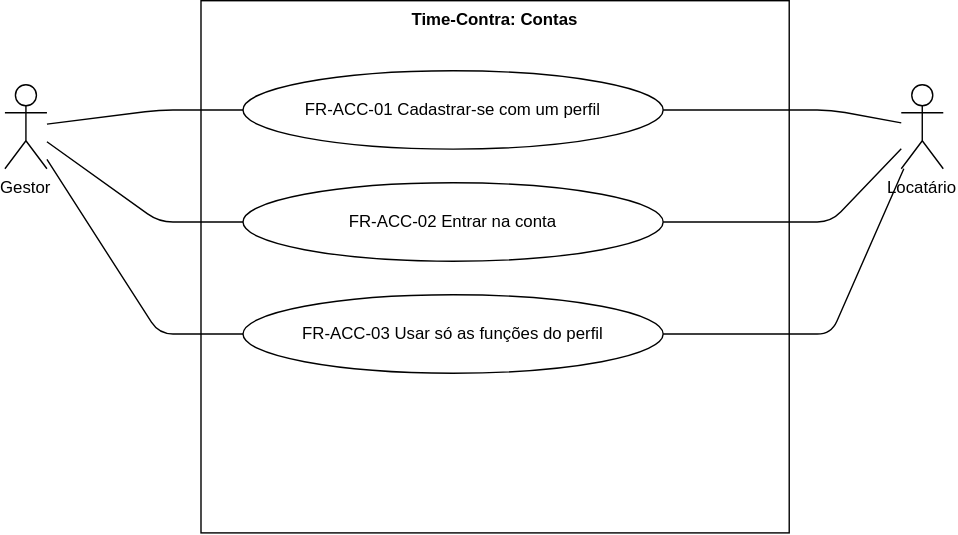
Before: docs/requirements/diagrams/use-cases-accounts.drawio.svg, a diagram exported from draw.io (CaioLanu/Time-Contra). Source tidied: cells renumbered, new cells last; positions are measured from the earlier drawing's top-left corner, leaving out a move shared by most shapes. The source it was exported from:
```xml
<mxGraphModel background="#ffffff">
  <root>
    <mxCell id="0" />
    <mxCell id="1" parent="0" />
    <mxCell id="2" value="Time-Contra: Contas" style="html=0;whiteSpace=wrap;fontSize=12;rounded=0;fillColor=none;verticalAlign=top;fontStyle=1;" parent="1" vertex="1">
      <mxGeometry x="140" width="420" height="380" as="geometry" />
    </mxCell>
    <mxCell id="3" value="FR-ACC-01 Cadastrar-se com um perfil" style="html=0;whiteSpace=wrap;fontSize=12;ellipse;" parent="1" vertex="1">
      <mxGeometry x="170" y="50" width="300" height="56" as="geometry" />
    </mxCell>
    <mxCell id="4" value="FR-ACC-02 Entrar na conta" style="html=0;whiteSpace=wrap;fontSize=12;ellipse;" parent="1" vertex="1">
      <mxGeometry x="170" y="130" width="300" height="56" as="geometry" />
    </mxCell>
    <mxCell id="5" value="FR-ACC-03 Usar só as funções do perfil" style="html=0;whiteSpace=wrap;fontSize=12;ellipse;" parent="1" vertex="1">
      <mxGeometry x="170" y="210" width="300" height="56" as="geometry" />
    </mxCell>
    <mxCell id="6" value="Gestor" style="html=0;whiteSpace=wrap;fontSize=12;shape=umlActor;verticalLabelPosition=bottom;verticalAlign=top;" parent="1" vertex="1">
      <mxGeometry y="60" width="30" height="60" as="geometry" />
    </mxCell>
    <mxCell id="7" style="html=0;fontSize=12;endArrow=open;labelBackgroundColor=#ffffff;endArrow=none;entryX=0;entryY=0.5;" parent="1" edge="1" source="6" target="3">
      <mxGeometry relative="1" as="geometry">
        <Array as="points">
          <mxPoint x="110" y="78" />
        </Array>
      </mxGeometry>
    </mxCell>
    <mxCell id="8" style="html=0;fontSize=12;endArrow=open;labelBackgroundColor=#ffffff;endArrow=none;entryX=0;entryY=0.5;" parent="1" edge="1" source="6" target="4">
      <mxGeometry relative="1" as="geometry">
        <Array as="points">
          <mxPoint x="110" y="158" />
        </Array>
      </mxGeometry>
    </mxCell>
    <mxCell id="9" style="html=0;fontSize=12;endArrow=open;labelBackgroundColor=#ffffff;endArrow=none;entryX=0;entryY=0.5;" parent="1" edge="1" source="6" target="5">
      <mxGeometry relative="1" as="geometry">
        <Array as="points">
          <mxPoint x="110" y="238" />
        </Array>
      </mxGeometry>
    </mxCell>
    <mxCell id="10" value="Locatário" style="html=0;whiteSpace=wrap;fontSize=12;shape=umlActor;verticalLabelPosition=bottom;verticalAlign=top;" parent="1" vertex="1">
      <mxGeometry x="640" y="60" width="30" height="60" as="geometry" />
    </mxCell>
    <mxCell id="11" style="html=0;fontSize=12;endArrow=open;labelBackgroundColor=#ffffff;endArrow=none;entryX=1;entryY=0.5;" parent="1" edge="1" source="10" target="3">
      <mxGeometry relative="1" as="geometry">
        <Array as="points">
          <mxPoint x="590" y="78" />
        </Array>
      </mxGeometry>
    </mxCell>
    <mxCell id="12" style="html=0;fontSize=12;endArrow=open;labelBackgroundColor=#ffffff;endArrow=none;entryX=1;entryY=0.5;" parent="1" edge="1" source="10" target="4">
      <mxGeometry relative="1" as="geometry">
        <Array as="points">
          <mxPoint x="590" y="158" />
        </Array>
      </mxGeometry>
    </mxCell>
    <mxCell id="13" style="html=0;fontSize=12;endArrow=open;labelBackgroundColor=#ffffff;endArrow=none;entryX=1;entryY=0.5;" parent="1" edge="1" source="10" target="5">
      <mxGeometry relative="1" as="geometry">
        <Array as="points">
          <mxPoint x="590" y="238" />
        </Array>
      </mxGeometry>
    </mxCell>
  </root>
</mxGraphModel>
```
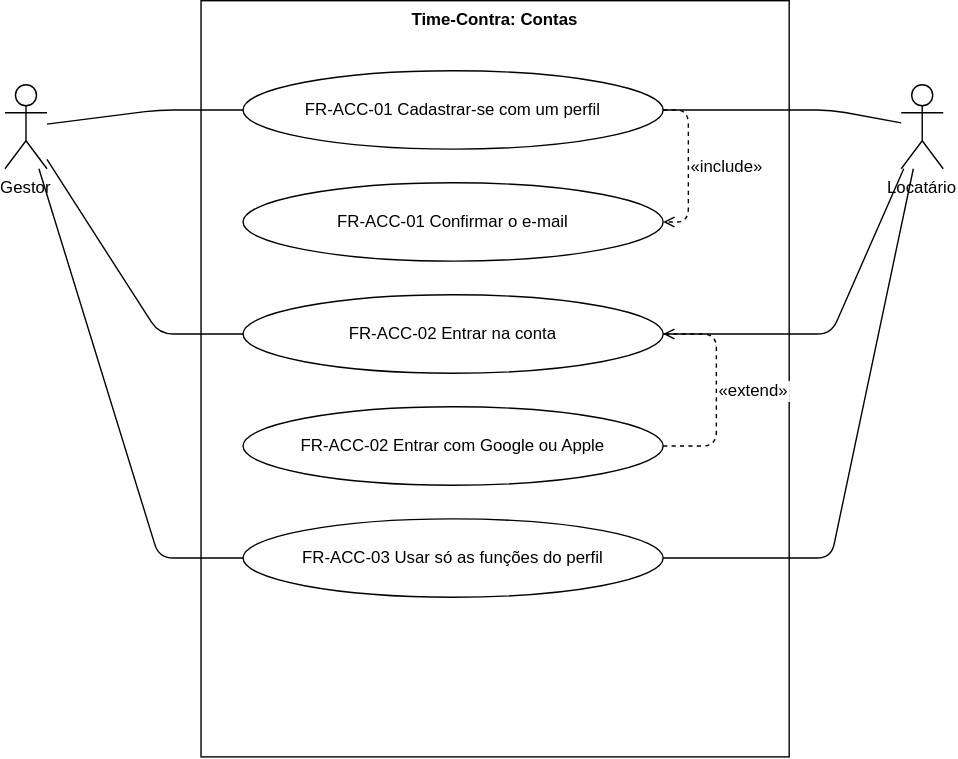
The same file after the commit.

Commit message:
docs: map accounts spec into architecture, data model and diagrams

The edit, as a diff of the source:
```diff
@@ -3,64 +3,86 @@
     <mxCell id="0" />
     <mxCell id="1" parent="0" />
     <mxCell id="2" value="Time-Contra: Contas" style="html=0;whiteSpace=wrap;fontSize=12;rounded=0;fillColor=none;verticalAlign=top;fontStyle=1;" parent="1" vertex="1">
-      <mxGeometry x="140" width="420" height="380" as="geometry" />
+      <mxGeometry x="140" width="420" height="540" as="geometry" />
     </mxCell>
     <mxCell id="3" value="FR-ACC-01 Cadastrar-se com um perfil" style="html=0;whiteSpace=wrap;fontSize=12;ellipse;" parent="1" vertex="1">
       <mxGeometry x="170" y="50" width="300" height="56" as="geometry" />
     </mxCell>
-    <mxCell id="4" value="FR-ACC-02 Entrar na conta" style="html=0;whiteSpace=wrap;fontSize=12;ellipse;" parent="1" vertex="1">
+    <mxCell id="4" value="FR-ACC-01 Confirmar o e-mail" style="html=0;whiteSpace=wrap;fontSize=12;ellipse;" parent="1" vertex="1">
       <mxGeometry x="170" y="130" width="300" height="56" as="geometry" />
     </mxCell>
-    <mxCell id="5" value="FR-ACC-03 Usar só as funções do perfil" style="html=0;whiteSpace=wrap;fontSize=12;ellipse;" parent="1" vertex="1">
+    <mxCell id="5" value="FR-ACC-02 Entrar na conta" style="html=0;whiteSpace=wrap;fontSize=12;ellipse;" parent="1" vertex="1">
       <mxGeometry x="170" y="210" width="300" height="56" as="geometry" />
     </mxCell>
-    <mxCell id="6" value="Gestor" style="html=0;whiteSpace=wrap;fontSize=12;shape=umlActor;verticalLabelPosition=bottom;verticalAlign=top;" parent="1" vertex="1">
-      <mxGeometry y="60" width="30" height="60" as="geometry" />
+    <mxCell id="6" value="FR-ACC-02 Entrar com Google ou Apple" style="html=0;whiteSpace=wrap;fontSize=12;ellipse;" parent="1" vertex="1">
+      <mxGeometry x="170" y="290" width="300" height="56" as="geometry" />
     </mxCell>
-    <mxCell id="7" style="html=0;fontSize=12;endArrow=open;labelBackgroundColor=#ffffff;endArrow=none;entryX=0;entryY=0.5;" parent="1" edge="1" source="6" target="3">
-      <mxGeometry relative="1" as="geometry">
-        <Array as="points">
-          <mxPoint x="110" y="78" />
-        </Array>
-      </mxGeometry>
+    <mxCell id="7" value="FR-ACC-03 Usar só as funções do perfil" style="html=0;whiteSpace=wrap;fontSize=12;ellipse;" parent="1" vertex="1">
+      <mxGeometry x="170" y="370" width="300" height="56" as="geometry" />
     </mxCell>
-    <mxCell id="8" style="html=0;fontSize=12;endArrow=open;labelBackgroundColor=#ffffff;endArrow=none;entryX=0;entryY=0.5;" parent="1" edge="1" source="6" target="4">
-      <mxGeometry relative="1" as="geometry">
-        <Array as="points">
-          <mxPoint x="110" y="158" />
-        </Array>
-      </mxGeometry>
+    <mxCell id="8" value="Gestor" style="html=0;whiteSpace=wrap;fontSize=12;shape=umlActor;verticalLabelPosition=bottom;verticalAlign=top;" parent="1" vertex="1">
+      <mxGeometry y="60" width="30" height="60" as="geometry" />
     </mxCell>
-    <mxCell id="9" style="html=0;fontSize=12;endArrow=open;labelBackgroundColor=#ffffff;endArrow=none;entryX=0;entryY=0.5;" parent="1" edge="1" source="6" target="5">
+    <mxCell id="9" style="html=0;fontSize=12;endArrow=open;labelBackgroundColor=#ffffff;endArrow=none;entryX=0;entryY=0.5;" parent="1" edge="1" source="8" target="3">
       <mxGeometry relative="1" as="geometry">
         <Array as="points">
-          <mxPoint x="110" y="238" />
+          <mxPoint x="110" y="78" />
         </Array>
       </mxGeometry>
     </mxCell>
-    <mxCell id="10" value="Locatário" style="html=0;whiteSpace=wrap;fontSize=12;shape=umlActor;verticalLabelPosition=bottom;verticalAlign=top;" parent="1" vertex="1">
-      <mxGeometry x="640" y="60" width="30" height="60" as="geometry" />
+    <mxCell id="10" style="html=0;fontSize=12;endArrow=open;labelBackgroundColor=#ffffff;endArrow=none;entryX=0;entryY=0.5;" parent="1" edge="1" source="8" target="5">
+      <mxGeometry relative="1" as="geometry">
+        <Array as="points">
+          <mxPoint x="110" y="238" />
+        </Array>
+      </mxGeometry>
     </mxCell>
-    <mxCell id="11" style="html=0;fontSize=12;endArrow=open;labelBackgroundColor=#ffffff;endArrow=none;entryX=1;entryY=0.5;" parent="1" edge="1" source="10" target="3">
+    <mxCell id="11" style="html=0;fontSize=12;endArrow=open;labelBackgroundColor=#ffffff;endArrow=none;entryX=0;entryY=0.5;" parent="1" edge="1" source="8" target="7">
       <mxGeometry relative="1" as="geometry">
         <Array as="points">
-          <mxPoint x="590" y="78" />
+          <mxPoint x="110" y="398" />
         </Array>
       </mxGeometry>
     </mxCell>
-    <mxCell id="12" style="html=0;fontSize=12;endArrow=open;labelBackgroundColor=#ffffff;endArrow=none;entryX=1;entryY=0.5;" parent="1" edge="1" source="10" target="4">
-      <mxGeometry relative="1" as="geometry">
-        <Array as="points">
-          <mxPoint x="590" y="158" />
-        </Array>
-      </mxGeometry>
+    <mxCell id="12" value="Locatário" style="html=0;whiteSpace=wrap;fontSize=12;shape=umlActor;verticalLabelPosition=bottom;verticalAlign=top;" parent="1" vertex="1">
+      <mxGeometry x="640" y="60" width="30" height="60" as="geometry" />
     </mxCell>
-    <mxCell id="13" style="html=0;fontSize=12;endArrow=open;labelBackgroundColor=#ffffff;endArrow=none;entryX=1;entryY=0.5;" parent="1" edge="1" source="10" target="5">
+    <mxCell id="13" style="html=0;fontSize=12;endArrow=open;labelBackgroundColor=#ffffff;endArrow=none;entryX=1;entryY=0.5;" parent="1" edge="1" source="12" target="3">
       <mxGeometry relative="1" as="geometry">
         <Array as="points">
-          <mxPoint x="590" y="238" />
+          <mxPoint x="590" y="78" />
         </Array>
       </mxGeometry>
     </mxCell>
+    <mxCell id="14" style="html=0;fontSize=12;endArrow=open;labelBackgroundColor=#ffffff;endArrow=none;entryX=1;entryY=0.5;" parent="1" edge="1" source="12" target="5">
+      <mxGeometry relative="1" as="geometry">
+        <Array as="points">
+          <mxPoint x="590" y="238" />
+        </Array>
+      </mxGeometry>
+    </mxCell>
+    <mxCell id="15" style="html=0;fontSize=12;endArrow=open;labelBackgroundColor=#ffffff;endArrow=none;entryX=1;entryY=0.5;" parent="1" edge="1" source="12" target="7">
+      <mxGeometry relative="1" as="geometry">
+        <Array as="points">
+          <mxPoint x="590" y="398" />
+        </Array>
+      </mxGeometry>
+    </mxCell>
+    <mxCell id="16" value="«include»" style="html=0;fontSize=12;endArrow=open;labelBackgroundColor=#ffffff;dashed=1;exitX=1;exitY=0.5;entryX=1;entryY=0.5;labelPosition=right;align=left;" parent="1" edge="1" source="3" target="4">
+      <mxGeometry relative="1" as="geometry">
+        <Array as="points">
+          <mxPoint x="488" y="78" />
+          <mxPoint x="488" y="158" />
+        </Array>
+      </mxGeometry>
+    </mxCell>
+    <mxCell id="17" value="«extend»" style="html=0;fontSize=12;endArrow=open;labelBackgroundColor=#ffffff;dashed=1;exitX=1;exitY=0.5;entryX=1;entryY=0.5;labelPosition=right;align=left;" parent="1" edge="1" source="6" target="5">
+      <mxGeometry relative="1" as="geometry">
+        <Array as="points">
+          <mxPoint x="508" y="318" />
+          <mxPoint x="508" y="238" />
+        </Array>
+      </mxGeometry>
+    </mxCell>
   </root>
 </mxGraphModel>
```
